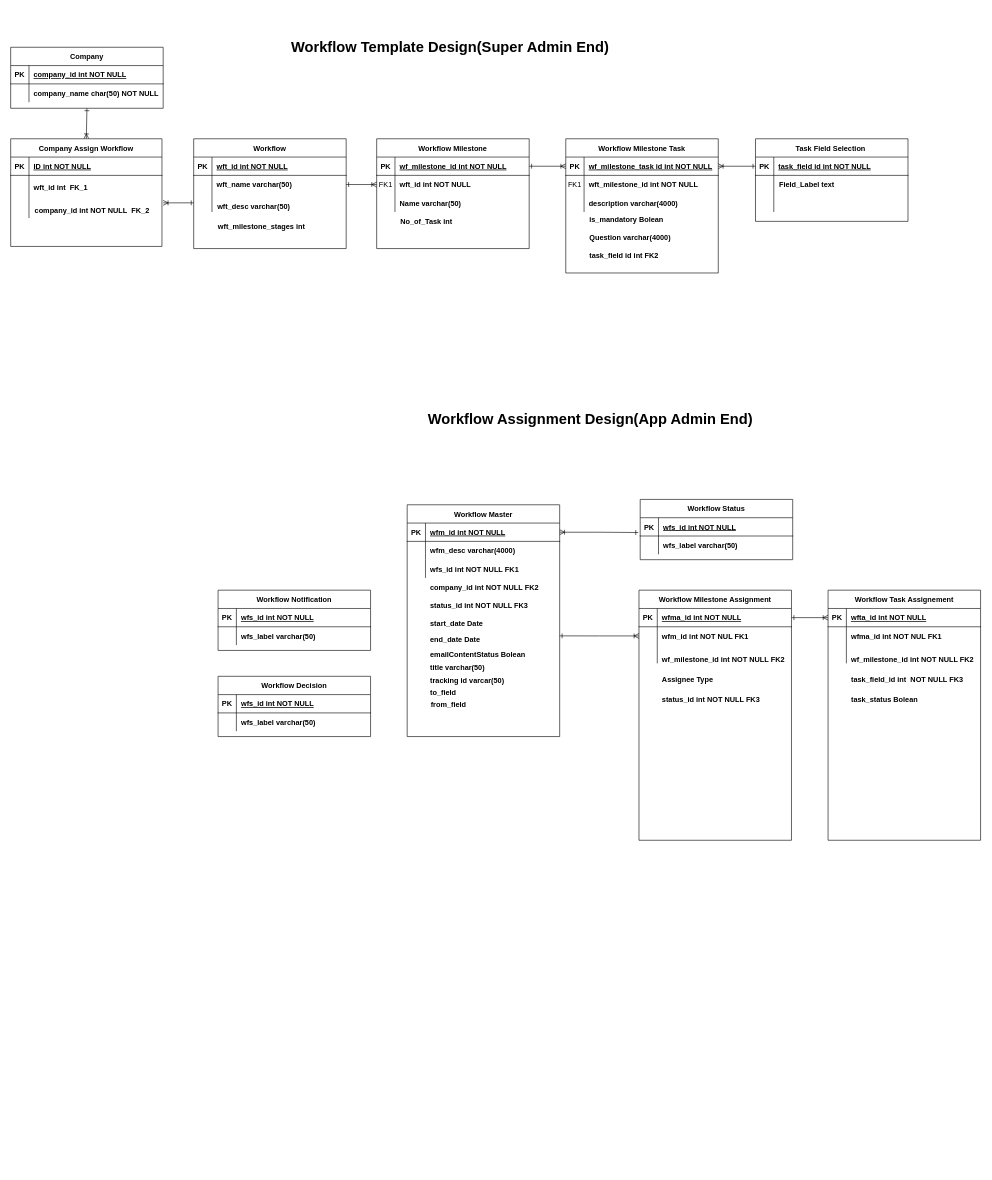
Before: ID_Workflow.drawio in umerpaknamal/12PythonProjects, a draw.io diagram. Source tidied: cells renumbered, new cells numbered last; positions are measured from the earlier drawing's top-left corner, leaving out a move shared by most shapes. Both pictures are drawn from the tidied source at 61%, with x=0, y=0 at pixel (10, 10).
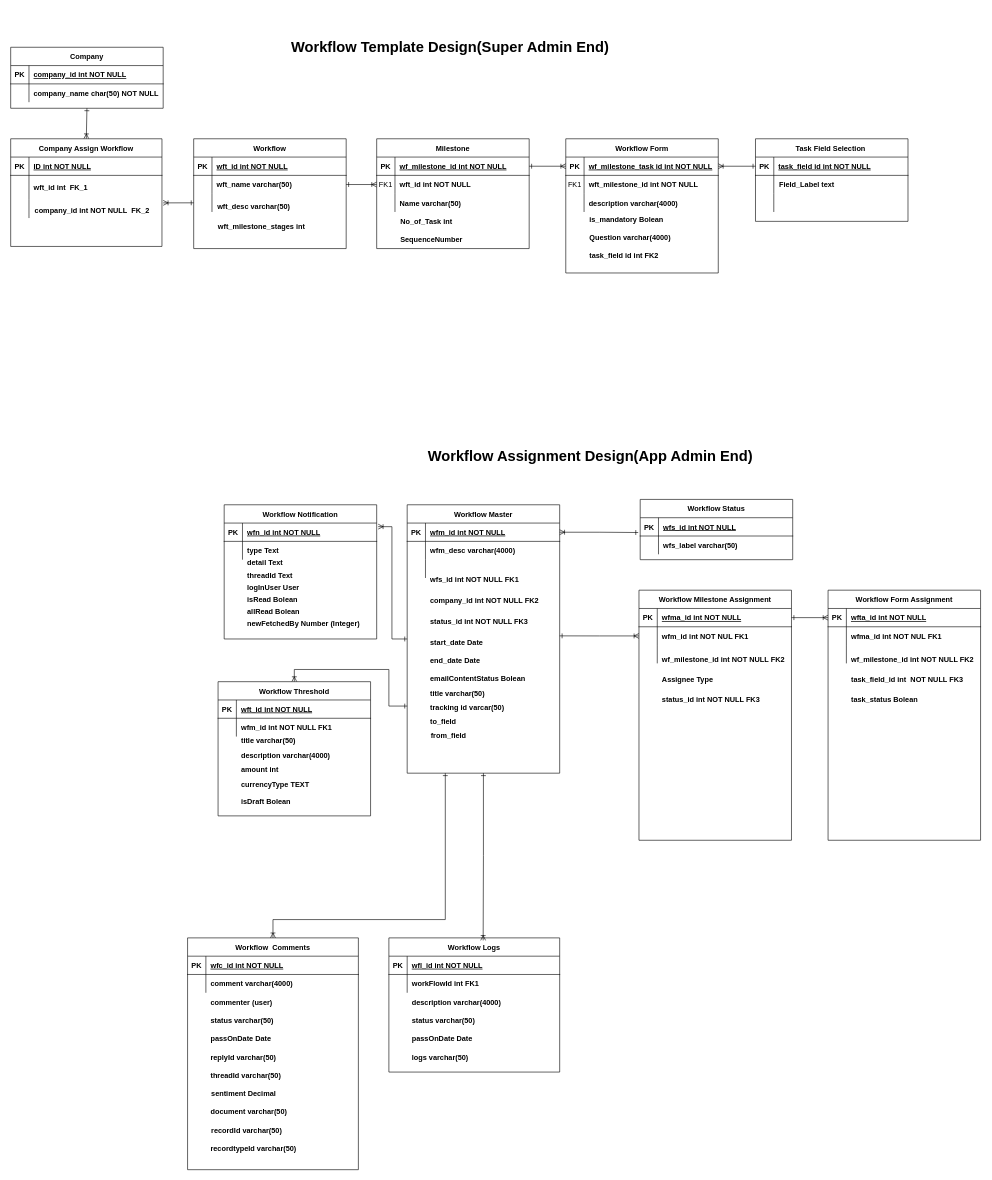
Above is the later version.

Unchanged cells that the change refers to:
```xml
<mxCell id="39" style="group;" parent="3" vertex="1">
  <mxGeometry x="600" y="150" width="251" height="180" as="geometry" />
</mxCell>
<mxCell id="52" style="group;" parent="51" vertex="1">
  <mxGeometry width="251" height="220" as="geometry" />
</mxCell>
<mxCell id="132" style="group;" parent="1" vertex="1">
  <mxGeometry x="1340" y="950" width="251" height="410" as="geometry" />
</mxCell>
<mxCell id="149" style="shape=partialRectangle;fillColor=none;top=0;left=0;right=0;bottom=1;" parent="148" vertex="1">
  <mxGeometry y="30" width="250" height="30" as="geometry" />
</mxCell>
<mxCell id="152" style="shape=partialRectangle;fillColor=none;top=0;left=0;right=0;bottom=0;" parent="148" vertex="1">
  <mxGeometry y="60" width="250" height="30" as="geometry" />
</mxCell>
<mxCell id="156" style="shape=partialRectangle;fillColor=none;top=0;left=0;right=0;bottom=1;" parent="155" vertex="1">
  <mxGeometry y="30" width="250" height="30" as="geometry" />
</mxCell>
<mxCell id="159" style="shape=partialRectangle;fillColor=none;top=0;left=0;right=0;bottom=0;" parent="155" vertex="1">
  <mxGeometry y="60" width="250" height="30" as="geometry" />
</mxCell>
```

Change to the diagram source:
```diff
@@
-    <mxCell id="40" value="Workflow Milestone" style="shape=table;startSize=30;childLayout=tableLayout;rowLines=0;fontStyle=1;align=center;" parent="39" vertex="1">
+    <mxCell id="40" value="Milestone" style="shape=table;startSize=30;childLayout=tableLayout;rowLines=0;fontStyle=1;align=center;" parent="39" vertex="1">
       <mxGeometry width="250" height="180" as="geometry" />
     </mxCell>
@@
-    <mxCell id="53" value="Workflow Milestone Task" style="shape=table;startSize=30;childLayout=tableLayout;rowLines=0;fontStyle=1;align=center;" parent="52" vertex="1">
+    <mxCell id="53" value="Workflow Form" style="shape=table;startSize=30;childLayout=tableLayout;rowLines=0;fontStyle=1;align=center;" parent="52" vertex="1">
       <mxGeometry width="250" height="220" as="geometry" />
     </mxCell>
@@
     <mxCell id="95" style="group;" parent="1" vertex="1">
-      <mxGeometry x="650" y="810" width="251" height="380" as="geometry" />
+      <mxGeometry x="650" y="810" width="251" height="440" as="geometry" />
     </mxCell>
     <mxCell id="96" value="Workflow Master" style="shape=table;startSize=30;childLayout=tableLayout;rowLines=0;fontStyle=1;align=center;" parent="95" vertex="1">
-      <mxGeometry width="250" height="380" as="geometry" />
+      <mxGeometry width="250" height="440" as="geometry" />
     </mxCell>
@@
     <mxCell id="106" value="wfs_id int NOT NULL FK1" style="shape=partialRectangle;overflow=hidden;fillColor=none;top=0;left=0;bottom=0;right=0;align=left;spacingLeft=6;fontStyle=1;" parent="95" vertex="1">
-      <mxGeometry x="30" y="90" width="220" height="30" as="geometry" />
+      <mxGeometry x="30" y="104.2" width="220" height="34.7" as="geometry" />
     </mxCell>
     <mxCell id="107" value="company_id int NOT NULL FK2" style="shape=partialRectangle;overflow=hidden;fillColor=none;top=0;left=0;bottom=0;right=0;align=left;spacingLeft=6;fontStyle=1;" parent="95" vertex="1">
-      <mxGeometry x="30" y="120" width="220" height="30" as="geometry" />
+      <mxGeometry x="30" y="138.9" width="220" height="34.7" as="geometry" />
     </mxCell>
     <mxCell id="108" value="status_id int NOT NULL FK3" style="shape=partialRectangle;overflow=hidden;fillColor=none;top=0;left=0;bottom=0;right=0;align=left;spacingLeft=6;fontStyle=1;" parent="95" vertex="1">
-      <mxGeometry x="30" y="150" width="220" height="30" as="geometry" />
+      <mxGeometry x="30" y="173.7" width="220" height="34.7" as="geometry" />
     </mxCell>
     <mxCell id="109" value="start_date Date " style="shape=partialRectangle;overflow=hidden;fillColor=none;top=0;left=0;bottom=0;right=0;align=left;spacingLeft=6;fontStyle=1;" parent="95" vertex="1">
-      <mxGeometry x="30" y="180" width="220" height="30" as="geometry" />
+      <mxGeometry x="30" y="208.4" width="220" height="34.7" as="geometry" />
     </mxCell>
     <mxCell id="110" value="end_date Date " style="shape=partialRectangle;overflow=hidden;fillColor=none;top=0;left=0;bottom=0;right=0;align=left;spacingLeft=6;fontStyle=1;" parent="95" vertex="1">
-      <mxGeometry x="30" y="205" width="220" height="30" as="geometry" />
+      <mxGeometry x="30" y="237.4" width="220" height="34.7" as="geometry" />
     </mxCell>
     <mxCell id="111" value="emailContentStatus  Bolean" style="shape=partialRectangle;overflow=hidden;fillColor=none;top=0;left=0;bottom=0;right=0;align=left;spacingLeft=6;fontStyle=1;" parent="95" vertex="1">
-      <mxGeometry x="30" y="230" width="220" height="30" as="geometry" />
+      <mxGeometry x="30" y="266.3" width="220" height="34.7" as="geometry" />
     </mxCell>
     <mxCell id="112" value="title varchar(50)" style="shape=partialRectangle;overflow=hidden;fillColor=none;top=0;left=0;bottom=0;right=0;align=left;spacingLeft=6;fontStyle=1;" parent="95" vertex="1">
-      <mxGeometry x="30" y="252" width="220" height="30" as="geometry" />
+      <mxGeometry x="30" y="291.8" width="220" height="34.7" as="geometry" />
     </mxCell>
     <mxCell id="113" value="tracking id varcar(50)" style="shape=partialRectangle;overflow=hidden;fillColor=none;top=0;left=0;bottom=0;right=0;align=left;spacingLeft=6;fontStyle=1;" parent="95" vertex="1">
-      <mxGeometry x="30" y="272" width="220" height="30" as="geometry" />
+      <mxGeometry x="30" y="314.9" width="220" height="34.7" as="geometry" />
     </mxCell>
     <mxCell id="114" value="to_field" style="shape=partialRectangle;overflow=hidden;fillColor=none;top=0;left=0;bottom=0;right=0;align=left;spacingLeft=6;fontStyle=1;" parent="95" vertex="1">
-      <mxGeometry x="30" y="292" width="220" height="30" as="geometry" />
+      <mxGeometry x="30" y="338.1" width="220" height="34.7" as="geometry" />
     </mxCell>
     <mxCell id="115" value="from_field" style="shape=partialRectangle;overflow=hidden;fillColor=none;top=0;left=0;bottom=0;right=0;align=left;spacingLeft=6;fontStyle=1;" parent="95" vertex="1">
-      <mxGeometry x="31" y="312" width="220" height="30" as="geometry" />
+      <mxGeometry x="31" y="361.3" width="220" height="34.7" as="geometry" />
     </mxCell>
@@
     <mxCell id="131" value="Workflow Assignment Design(App Admin End)" style="text;strokeColor=none;fillColor=none;html=1;fontSize=24;fontStyle=1;verticalAlign=middle;align=center;" parent="1" vertex="1">
-      <mxGeometry x="670" y="610" width="560" height="120" as="geometry" />
+      <mxGeometry x="670" y="670" width="560" height="120" as="geometry" />
     </mxCell>
@@
-    <mxCell id="133" value="Workflow Task Assignement" style="shape=table;startSize=30;childLayout=tableLayout;rowLines=0;fontStyle=1;align=center;" parent="132" vertex="1">
+    <mxCell id="133" value="Workflow Form Assignment" style="shape=table;startSize=30;childLayout=tableLayout;rowLines=0;fontStyle=1;align=center;" parent="132" vertex="1">
       <mxGeometry width="250" height="410" as="geometry" />
     </mxCell>
@@
     <mxCell id="148" value="Workflow Notification" style="shape=table;startSize=30;childLayout=tableLayout;rowLines=0;fontStyle=1;align=center;" parent="1" vertex="1">
-      <mxGeometry x="340" y="950" width="250" height="98.8" as="geometry" />
+      <mxGeometry x="350" y="810" width="250" height="220" as="geometry" />
     </mxCell>
@@
-    <mxCell id="151" value="wfs_id int NOT NULL " style="shape=partialRectangle;overflow=hidden;fillColor=none;top=0;left=0;bottom=0;right=0;align=left;spacingLeft=6;fontStyle=5;" parent="149" vertex="1">
+    <mxCell id="151" value="wfn_id int NOT NULL " style="shape=partialRectangle;overflow=hidden;fillColor=none;top=0;left=0;bottom=0;right=0;align=left;spacingLeft=6;fontStyle=5;" parent="149" vertex="1">
       <mxGeometry x="30" width="220" height="30" as="geometry" />
     </mxCell>
@@
-    <mxCell id="154" value="wfs_label varchar(50)" style="shape=partialRectangle;overflow=hidden;fillColor=none;top=0;left=0;bottom=0;right=0;align=left;spacingLeft=6;fontStyle=1;" parent="152" vertex="1">
+    <mxCell id="154" value="type Text" style="shape=partialRectangle;overflow=hidden;fillColor=none;top=0;left=0;bottom=0;right=0;align=left;spacingLeft=6;fontStyle=1;" parent="152" vertex="1">
       <mxGeometry x="30" width="220" height="30" as="geometry" />
     </mxCell>
+    <mxCell id="162" style="edgeStyle=orthogonalEdgeStyle;rounded=0;jettySize=auto;html=1;exitX=0.5;exitY=0;exitDx=0;exitDy=0;entryX=0;entryY=0.75;entryDx=0;entryDy=0;endArrow=ERone;endFill=0;startArrow=ERoneToMany;startFill=0;" parent="1" edge="1" source="155" target="96">
+      <mxGeometry relative="1" as="geometry" />
+    </mxCell>
-    <mxCell id="155" value="Workflow Decision" style="shape=table;startSize=30;childLayout=tableLayout;rowLines=0;fontStyle=1;align=center;" parent="1" vertex="1">
-      <mxGeometry x="340" y="1091.2" width="250" height="98.8" as="geometry" />
+    <mxCell id="155" value="Workflow Threshold" style="shape=table;startSize=30;childLayout=tableLayout;rowLines=0;fontStyle=1;align=center;" parent="1" vertex="1">
+      <mxGeometry x="340" y="1100" width="250" height="220" as="geometry" />
     </mxCell>
@@
-    <mxCell id="158" value="wfs_id int NOT NULL " style="shape=partialRectangle;overflow=hidden;fillColor=none;top=0;left=0;bottom=0;right=0;align=left;spacingLeft=6;fontStyle=5;" parent="156" vertex="1">
+    <mxCell id="158" value="wft_id int NOT NULL " style="shape=partialRectangle;overflow=hidden;fillColor=none;top=0;left=0;bottom=0;right=0;align=left;spacingLeft=6;fontStyle=5;" parent="156" vertex="1">
       <mxGeometry x="30" width="220" height="30" as="geometry" />
     </mxCell>
@@
-    <mxCell id="161" value="wfs_label varchar(50)" style="shape=partialRectangle;overflow=hidden;fillColor=none;top=0;left=0;bottom=0;right=0;align=left;spacingLeft=6;fontStyle=1;" parent="159" vertex="1">
+    <mxCell id="161" style="shape=partialRectangle;overflow=hidden;fillColor=none;top=0;left=0;bottom=0;right=0;align=left;spacingLeft=6;fontStyle=1;" parent="159" vertex="1">
       <mxGeometry x="30" width="220" height="30" as="geometry" />
     </mxCell>
+    <mxCell id="163" style="edgeStyle=orthogonalEdgeStyle;rounded=0;jettySize=auto;html=1;exitX=0;exitY=0.5;exitDx=0;exitDy=0;entryX=1.01;entryY=0.163;entryDx=0;entryDy=0;entryPerimeter=0;endArrow=ERoneToMany;endFill=0;startArrow=ERone;startFill=0;" parent="1" edge="1" source="96" target="148">
+      <mxGeometry relative="1" as="geometry" />
+    </mxCell>
+    <mxCell id="164" value="Workflow Logs" style="shape=table;startSize=30;childLayout=tableLayout;rowLines=0;fontStyle=1;align=center;" parent="1" vertex="1">
+      <mxGeometry x="620" y="1520" width="280" height="220" as="geometry" />
+    </mxCell>
+    <mxCell id="165" style="shape=partialRectangle;fillColor=none;top=0;left=0;right=0;bottom=1;" parent="164" vertex="1">
+      <mxGeometry y="30" width="280" height="30" as="geometry" />
+    </mxCell>
+    <mxCell id="166" value="PK" style="shape=partialRectangle;overflow=hidden;fillColor=none;top=0;left=0;bottom=0;right=0;fontStyle=1;" parent="165" vertex="1">
+      <mxGeometry width="30" height="30" as="geometry" />
+    </mxCell>
+    <mxCell id="167" value="wfl_id int NOT NULL " style="shape=partialRectangle;overflow=hidden;fillColor=none;top=0;left=0;bottom=0;right=0;align=left;spacingLeft=6;fontStyle=5;" parent="165" vertex="1">
+      <mxGeometry x="30" width="250" height="30" as="geometry" />
+    </mxCell>
+    <mxCell id="168" style="shape=partialRectangle;fillColor=none;top=0;left=0;right=0;bottom=0;" parent="164" vertex="1">
+      <mxGeometry y="60" width="280" height="30" as="geometry" />
+    </mxCell>
+    <mxCell id="169" style="shape=partialRectangle;overflow=hidden;fillColor=none;top=0;left=0;bottom=0;right=0;" parent="168" vertex="1">
+      <mxGeometry width="30" height="30" as="geometry" />
+    </mxCell>
+    <mxCell id="170" value="workFlowId int FK1" style="shape=partialRectangle;overflow=hidden;fillColor=none;top=0;left=0;bottom=0;right=0;align=left;spacingLeft=6;fontStyle=1;" parent="168" vertex="1">
+      <mxGeometry x="30" width="250" height="30" as="geometry" />
+    </mxCell>
+    <mxCell id="171" value="SequenceNumber" style="shape=partialRectangle;overflow=hidden;fillColor=none;top=0;left=0;bottom=0;right=0;align=left;spacingLeft=6;fontStyle=1;" parent="1" vertex="1">
+      <mxGeometry x="631" y="360" width="220" height="30" as="geometry" />
+    </mxCell>
+    <mxCell id="172" style="edgeStyle=orthogonalEdgeStyle;rounded=0;jettySize=auto;html=1;exitX=0.5;exitY=1;exitDx=0;exitDy=0;entryX=0.552;entryY=0.019;entryDx=0;entryDy=0;entryPerimeter=0;endArrow=ERoneToMany;endFill=0;startArrow=ERone;startFill=0;" parent="1" edge="1" source="96" target="164">
+      <mxGeometry relative="1" as="geometry" />
+    </mxCell>
+    <mxCell id="173" value="description varchar(4000)" style="shape=partialRectangle;overflow=hidden;fillColor=none;top=0;left=0;bottom=0;right=0;align=left;spacingLeft=6;fontStyle=1;" parent="1" vertex="1">
+      <mxGeometry x="650" y="1610" width="250" height="30" as="geometry" />
+    </mxCell>
+    <mxCell id="174" value="status varchar(50)" style="shape=partialRectangle;overflow=hidden;fillColor=none;top=0;left=0;bottom=0;right=0;align=left;spacingLeft=6;fontStyle=1;" parent="1" vertex="1">
+      <mxGeometry x="650" y="1640" width="250" height="30" as="geometry" />
+    </mxCell>
+    <mxCell id="175" value="passOnDate Date" style="shape=partialRectangle;overflow=hidden;fillColor=none;top=0;left=0;bottom=0;right=0;align=left;spacingLeft=6;fontStyle=1;" parent="1" vertex="1">
+      <mxGeometry x="650" y="1670" width="250" height="30" as="geometry" />
+    </mxCell>
+    <mxCell id="176" value="logs varchar(50)" style="shape=partialRectangle;overflow=hidden;fillColor=none;top=0;left=0;bottom=0;right=0;align=left;spacingLeft=6;fontStyle=1;" parent="1" vertex="1">
+      <mxGeometry x="650" y="1700" width="250" height="30" as="geometry" />
+    </mxCell>
+    <mxCell id="177" value="Workflow  Comments" style="shape=table;startSize=30;childLayout=tableLayout;rowLines=0;fontStyle=1;align=center;" parent="1" vertex="1">
+      <mxGeometry x="290" y="1520" width="280" height="380" as="geometry" />
+    </mxCell>
+    <mxCell id="178" style="shape=partialRectangle;fillColor=none;top=0;left=0;right=0;bottom=1;" parent="177" vertex="1">
+      <mxGeometry y="30" width="280" height="30" as="geometry" />
+    </mxCell>
+    <mxCell id="179" value="PK" style="shape=partialRectangle;overflow=hidden;fillColor=none;top=0;left=0;bottom=0;right=0;fontStyle=1;" parent="178" vertex="1">
+      <mxGeometry width="30" height="30" as="geometry" />
+    </mxCell>
+    <mxCell id="180" value="wfc_id int NOT NULL " style="shape=partialRectangle;overflow=hidden;fillColor=none;top=0;left=0;bottom=0;right=0;align=left;spacingLeft=6;fontStyle=5;" parent="178" vertex="1">
+      <mxGeometry x="30" width="250" height="30" as="geometry" />
+    </mxCell>
+    <mxCell id="181" style="shape=partialRectangle;fillColor=none;top=0;left=0;right=0;bottom=0;" parent="177" vertex="1">
+      <mxGeometry y="60" width="280" height="30" as="geometry" />
+    </mxCell>
+    <mxCell id="182" style="shape=partialRectangle;overflow=hidden;fillColor=none;top=0;left=0;bottom=0;right=0;" parent="181" vertex="1">
+      <mxGeometry width="30" height="30" as="geometry" />
+    </mxCell>
+    <mxCell id="183" value="comment varchar(4000)" style="shape=partialRectangle;overflow=hidden;fillColor=none;top=0;left=0;bottom=0;right=0;align=left;spacingLeft=6;fontStyle=1;" parent="181" vertex="1">
+      <mxGeometry x="30" width="250" height="30" as="geometry" />
+    </mxCell>
+    <mxCell id="184" value="commenter  (user)" style="shape=partialRectangle;overflow=hidden;fillColor=none;top=0;left=0;bottom=0;right=0;align=left;spacingLeft=6;fontStyle=1;" parent="1" vertex="1">
+      <mxGeometry x="320" y="1610" width="250" height="30" as="geometry" />
+    </mxCell>
+    <mxCell id="185" value="status varchar(50)" style="shape=partialRectangle;overflow=hidden;fillColor=none;top=0;left=0;bottom=0;right=0;align=left;spacingLeft=6;fontStyle=1;" parent="1" vertex="1">
+      <mxGeometry x="320" y="1640" width="250" height="30" as="geometry" />
+    </mxCell>
+    <mxCell id="186" value="passOnDate Date" style="shape=partialRectangle;overflow=hidden;fillColor=none;top=0;left=0;bottom=0;right=0;align=left;spacingLeft=6;fontStyle=1;" parent="1" vertex="1">
+      <mxGeometry x="320" y="1670" width="250" height="30" as="geometry" />
+    </mxCell>
+    <mxCell id="187" value="replyId varchar(50)" style="shape=partialRectangle;overflow=hidden;fillColor=none;top=0;left=0;bottom=0;right=0;align=left;spacingLeft=6;fontStyle=1;" parent="1" vertex="1">
+      <mxGeometry x="320" y="1700" width="250" height="30" as="geometry" />
+    </mxCell>
+    <mxCell id="188" style="edgeStyle=orthogonalEdgeStyle;rounded=0;jettySize=auto;html=1;exitX=0.25;exitY=1;exitDx=0;exitDy=0;entryX=0.5;entryY=0;entryDx=0;entryDy=0;endArrow=ERoneToMany;endFill=0;startArrow=ERone;startFill=0;" parent="1" edge="1" source="96" target="177">
+      <mxGeometry relative="1" as="geometry">
+        <Array as="points">
+          <mxPoint x="713" y="1490" />
+          <mxPoint x="430" y="1490" />
+        </Array>
+      </mxGeometry>
+    </mxCell>
+    <mxCell id="189" value="threadId varchar(50)" style="shape=partialRectangle;overflow=hidden;fillColor=none;top=0;left=0;bottom=0;right=0;align=left;spacingLeft=6;fontStyle=1;" parent="1" vertex="1">
+      <mxGeometry x="320" y="1730" width="250" height="30" as="geometry" />
+    </mxCell>
+    <mxCell id="190" value="sentiment Decimal" style="shape=partialRectangle;overflow=hidden;fillColor=none;top=0;left=0;bottom=0;right=0;align=left;spacingLeft=6;fontStyle=1;" parent="1" vertex="1">
+      <mxGeometry x="321" y="1760" width="250" height="30" as="geometry" />
+    </mxCell>
+    <mxCell id="191" value="document varchar(50)" style="shape=partialRectangle;overflow=hidden;fillColor=none;top=0;left=0;bottom=0;right=0;align=left;spacingLeft=6;fontStyle=1;" parent="1" vertex="1">
+      <mxGeometry x="320" y="1790" width="250" height="30" as="geometry" />
+    </mxCell>
+    <mxCell id="192" value="recordId varchar(50)" style="shape=partialRectangle;overflow=hidden;fillColor=none;top=0;left=0;bottom=0;right=0;align=left;spacingLeft=6;fontStyle=1;" parent="1" vertex="1">
+      <mxGeometry x="321" y="1820" width="250" height="30" as="geometry" />
+    </mxCell>
+    <mxCell id="193" value="recordtypeId varchar(50)" style="shape=partialRectangle;overflow=hidden;fillColor=none;top=0;left=0;bottom=0;right=0;align=left;spacingLeft=6;fontStyle=1;" parent="1" vertex="1">
+      <mxGeometry x="320" y="1850" width="250" height="30" as="geometry" />
+    </mxCell>
+    <mxCell id="194" value="title varchar(50)" style="shape=partialRectangle;overflow=hidden;fillColor=none;top=0;left=0;bottom=0;right=0;align=left;spacingLeft=6;fontStyle=1;" parent="1" vertex="1">
+      <mxGeometry x="370" y="1181" width="220" height="30" as="geometry" />
+    </mxCell>
+    <mxCell id="195" value="description varchar(4000)" style="shape=partialRectangle;overflow=hidden;fillColor=none;top=0;left=0;bottom=0;right=0;align=left;spacingLeft=6;fontStyle=1;" parent="1" vertex="1">
+      <mxGeometry x="370" y="1206" width="220" height="30" as="geometry" />
+    </mxCell>
+    <mxCell id="196" value="amount int" style="shape=partialRectangle;overflow=hidden;fillColor=none;top=0;left=0;bottom=0;right=0;align=left;spacingLeft=6;fontStyle=1;" parent="1" vertex="1">
+      <mxGeometry x="370" y="1228" width="220" height="30" as="geometry" />
+    </mxCell>
+    <mxCell id="197" value="currencyType TEXT" style="shape=partialRectangle;overflow=hidden;fillColor=none;top=0;left=0;bottom=0;right=0;align=left;spacingLeft=6;fontStyle=1;" parent="1" vertex="1">
+      <mxGeometry x="370" y="1253" width="220" height="30" as="geometry" />
+    </mxCell>
+    <mxCell id="198" value="isDraft Bolean" style="shape=partialRectangle;overflow=hidden;fillColor=none;top=0;left=0;bottom=0;right=0;align=left;spacingLeft=6;fontStyle=1;" parent="1" vertex="1">
+      <mxGeometry x="370" y="1281" width="220" height="30" as="geometry" />
+    </mxCell>
+    <mxCell id="199" value="wfm_id int NOT NULL FK1" style="shape=partialRectangle;overflow=hidden;fillColor=none;top=0;left=0;bottom=0;right=0;align=left;spacingLeft=6;fontStyle=1;" parent="1" vertex="1">
+      <mxGeometry x="370" y="1160" width="220" height="30" as="geometry" />
+    </mxCell>
+    <mxCell id="200" value="detail Text" style="shape=partialRectangle;overflow=hidden;fillColor=none;top=0;left=0;bottom=0;right=0;align=left;spacingLeft=6;fontStyle=1;" parent="1" vertex="1">
+      <mxGeometry x="380" y="890" width="220" height="30" as="geometry" />
+    </mxCell>
+    <mxCell id="201" value="threadId Text" style="shape=partialRectangle;overflow=hidden;fillColor=none;top=0;left=0;bottom=0;right=0;align=left;spacingLeft=6;fontStyle=1;" parent="1" vertex="1">
+      <mxGeometry x="380" y="910" width="220" height="30" as="geometry" />
+    </mxCell>
+    <mxCell id="202" value="logInUser User" style="shape=partialRectangle;overflow=hidden;fillColor=none;top=0;left=0;bottom=0;right=0;align=left;spacingLeft=6;fontStyle=1;" parent="1" vertex="1">
+      <mxGeometry x="380" y="930" width="220" height="30" as="geometry" />
+    </mxCell>
+    <mxCell id="203" value="isRead Bolean" style="shape=partialRectangle;overflow=hidden;fillColor=none;top=0;left=0;bottom=0;right=0;align=left;spacingLeft=6;fontStyle=1;" parent="1" vertex="1">
+      <mxGeometry x="380" y="950" width="220" height="30" as="geometry" />
+    </mxCell>
+    <mxCell id="204" value="allRead Bolean" style="shape=partialRectangle;overflow=hidden;fillColor=none;top=0;left=0;bottom=0;right=0;align=left;spacingLeft=6;fontStyle=1;" parent="1" vertex="1">
+      <mxGeometry x="380" y="970" width="220" height="30" as="geometry" />
+    </mxCell>
+    <mxCell id="205" value="newFetchedBy Number (Integer)" style="shape=partialRectangle;overflow=hidden;fillColor=none;top=0;left=0;bottom=0;right=0;align=left;spacingLeft=6;fontStyle=1;" parent="1" vertex="1">
+      <mxGeometry x="380" y="990" width="220" height="30" as="geometry" />
+    </mxCell>
```
